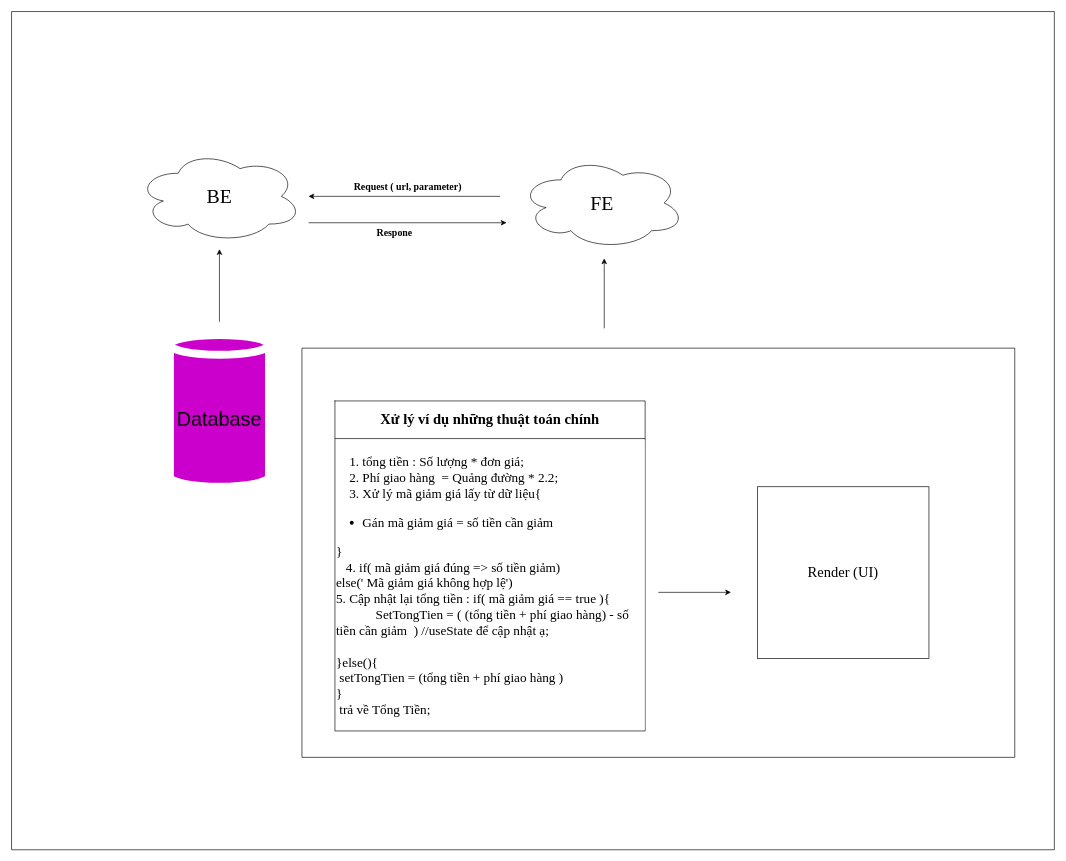
This is Biểu đồ không có tiêu đề.drawio from alesxanderadam/exercise-patitek, a draw.io file, before an edit. Source tidied: cells renumbered, new cells numbered last; positions are measured from the earlier drawing's top-left corner, leaving out a move shared by most shapes. Both pictures are drawn from the tidied source at 66%, with x=0, y=0 at pixel (11, 11).
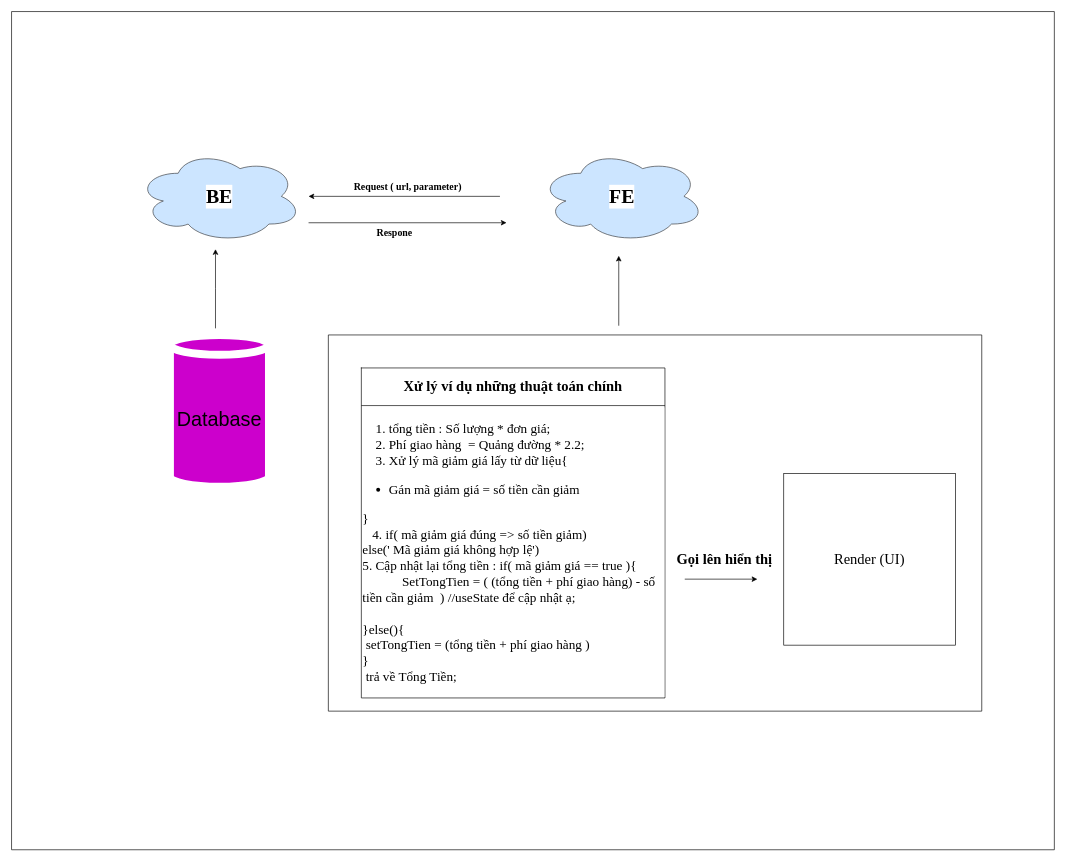
After the change.

Commit message:
Cập nhật Biểu đồ không có tiêu đề 3.drawio

Unchanged cells that the change refers to:
```xml
<mxCell id="2" style="swimlane;startSize=0;gradientColor=default;fillColor=none;fontColor=default;labelBorderColor=none;" parent="1" vertex="1">
  <mxGeometry width="1580" height="1270" as="geometry" />
</mxCell>
```

Change to the diagram source:
```diff
@@
     <mxCell id="4" style="endArrow=classic;html=1;rounded=0;fontSize=30;fontColor=default;verticalAlign=top;" parent="2" edge="1">
       <mxGeometry relative="1" as="geometry">
-        <mxPoint x="315" y="470" as="sourcePoint" />
-        <mxPoint x="315" y="360" as="targetPoint" />
+        <mxPoint x="309" y="480" as="sourcePoint" />
+        <mxPoint x="309" y="360" as="targetPoint" />
+        <Array as="points">
+          <mxPoint x="309" y="420" />
+        </Array>
       </mxGeometry>
     </mxCell>
     <mxCell id="5" style="swimlane;startSize=0;labelBackgroundColor=none;strokeColor=default;strokeWidth=1;fontSize=30;fontColor=default;fillColor=#CC00CC;gradientColor=default;" parent="2" vertex="1">
-      <mxGeometry x="440" y="510" width="1080" height="620" as="geometry" />
+      <mxGeometry x="480" y="490" width="990" height="570" as="geometry" />
     </mxCell>
     <mxCell id="6" style="shape=table;startSize=0;childLayout=tableLayout;labelBackgroundColor=default;labelBorderColor=none;strokeColor=default;strokeWidth=1;fontFamily=Times New Roman;fontSize=15;fontColor=default;fillColor=none;gradientColor=default;" parent="5" vertex="1">
-      <mxGeometry x="50" y="80" width="470" height="500" as="geometry" />
+      <mxGeometry x="50" y="50" width="460" height="500" as="geometry" />
     </mxCell>
     <mxCell id="7" style="shape=tableRow;horizontal=0;startSize=0;swimlaneHead=0;swimlaneBody=0;top=0;left=0;bottom=0;right=0;fillColor=none;labelBackgroundColor=default;labelBorderColor=none;strokeColor=default;strokeWidth=1;fontFamily=Times New Roman;fontSize=15;fontColor=default;" parent="6" vertex="1">
-      <mxGeometry width="470" height="57" as="geometry" />
+      <mxGeometry width="460" height="57" as="geometry" />
     </mxCell>
-    <mxCell id="8" value="&lt;b&gt;&lt;font style=&quot;font-size: 22px;&quot;&gt;Xử lý ví dụ những thuật toán chính&lt;/font&gt;&lt;/b&gt;" style="shape=partialRectangle;html=1;whiteSpace=wrap;overflow=hidden;fillColor=none;top=0;left=0;bottom=0;right=0;labelBackgroundColor=default;labelBorderColor=none;strokeColor=default;strokeWidth=1;fontFamily=Times New Roman;fontSize=15;fontColor=default;" parent="7" vertex="1">
-      <mxGeometry width="470" height="57" as="geometry" />
+    <mxCell id="8" value="&lt;span&gt;&lt;font style=&quot;font-size: 22px;&quot;&gt;Xử lý ví dụ những thuật toán chính&lt;/font&gt;&lt;/span&gt;" style="shape=partialRectangle;html=1;whiteSpace=wrap;overflow=hidden;fillColor=none;top=0;left=0;bottom=0;right=0;labelBackgroundColor=default;labelBorderColor=none;strokeColor=default;strokeWidth=1;fontFamily=Times New Roman;fontSize=15;fontColor=default;fontStyle=1;" parent="7" vertex="1">
+      <mxGeometry width="460" height="57" as="geometry" />
     </mxCell>
     <mxCell id="9" style="shape=tableRow;horizontal=0;startSize=0;swimlaneHead=0;swimlaneBody=0;top=0;left=0;bottom=0;right=0;fillColor=none;labelBackgroundColor=default;labelBorderColor=none;strokeColor=default;strokeWidth=1;fontFamily=Times New Roman;fontSize=15;fontColor=default;" parent="6" vertex="1">
-      <mxGeometry y="57" width="470" height="443" as="geometry" />
+      <mxGeometry y="57" width="460" height="443" as="geometry" />
     </mxCell>
     <mxCell id="10" value="&lt;ol style=&quot;font-size: 20px;&quot;&gt;&lt;li style=&quot;font-size: 20px;&quot;&gt;tổng tiền : Số lượng * đơn giá;&lt;/li&gt;&lt;li style=&quot;font-size: 20px;&quot;&gt;Phí giao hàng&amp;nbsp; = Quảng đường * 2.2;&lt;/li&gt;&lt;li style=&quot;font-size: 20px;&quot;&gt;Xử lý mã giảm giá lấy từ dữ liệu{&lt;/li&gt;&lt;/ol&gt;&lt;ul&gt;&lt;li&gt;Gán mã giảm giá = số tiền cần giảm&amp;nbsp;&lt;/li&gt;&lt;/ul&gt;}&amp;nbsp; &amp;nbsp;&amp;nbsp;&lt;span style=&quot;&quot;&gt; &lt;br&gt;&lt;/span&gt;&amp;nbsp; &amp;nbsp;4. if( mã giảm giá đúng =&amp;gt; số tiền giảm)&amp;nbsp;&lt;br&gt;&lt;span style=&quot;&quot;&gt;&lt;span style=&quot;&quot;&gt; &lt;/span&gt;else(' Mã giảm giá không hợp lệ')&lt;br&gt;   5. Cập nhật lại tổng tiền : if( mã giảm giá == true ){&lt;br&gt;&lt;span style=&quot;white-space: pre;&quot;&gt; &lt;/span&gt;&lt;span style=&quot;&quot;&gt;&amp;nbsp; &amp;nbsp; &amp;nbsp; &amp;nbsp; &amp;nbsp;&amp;nbsp;&lt;span style=&quot;white-space: pre;&quot;&gt; &lt;/span&gt;&lt;/span&gt;&lt;/span&gt;&lt;span style=&quot;&quot;&gt;SetTongTien = ( (tổng tiền + phí giao hàng) - số tiền cần giảm&amp;nbsp; ) //useState để cập nhật ạ;&lt;br&gt;&lt;/span&gt;&lt;span style=&quot;&quot;&gt;&lt;br&gt;}else(){&lt;br&gt;&lt;span style=&quot;white-space: pre;&quot;&gt; &lt;/span&gt;setTongTien = (tổng tiền + phí giao hàng )&lt;br&gt;}&lt;br&gt;&lt;span style=&quot;white-space: pre;&quot;&gt; &lt;/span&gt;trả về Tổng Tiền;&lt;br&gt;&lt;br&gt;&lt;span style=&quot;&quot;&gt;&lt;/span&gt;&lt;span style=&quot;&quot;&gt;&lt;/span&gt;&lt;/span&gt;" style="shape=partialRectangle;html=1;whiteSpace=wrap;overflow=hidden;fillColor=none;top=0;left=0;bottom=0;right=0;labelBackgroundColor=default;labelBorderColor=none;strokeColor=default;strokeWidth=1;fontFamily=Times New Roman;fontSize=20;fontColor=default;align=left;fontStyle=0;" parent="9" vertex="1">
-      <mxGeometry width="470" height="443" as="geometry" />
+      <mxGeometry width="460" height="443" as="geometry" />
     </mxCell>
@@
+    <mxCell id="20" value="Gọi lên hiển thị" style="text;html=1;align=center;verticalAlign=middle;fillColor=none;strokeColor=none;rounded=0;labelBackgroundColor=default;labelBorderColor=none;strokeWidth=1;fontFamily=Times New Roman;fontSize=22;fontColor=default;fontStyle=1;" parent="5" vertex="1">
+      <mxGeometry x="515" y="320" width="170" height="40" as="geometry" />
+    </mxCell>
-    <mxCell id="13" value="&lt;font face=&quot;Times New Roman&quot;&gt;BE&lt;/font&gt;" style="ellipse;shape=cloud;whiteSpace=wrap;html=1;labelBackgroundColor=default;labelBorderColor=none;strokeColor=default;strokeWidth=1;fontSize=30;fontColor=default;fillColor=none;gradientColor=default;" parent="2" vertex="1">
+    <mxCell id="13" value="&lt;font face=&quot;Times New Roman&quot;&gt;BE&lt;/font&gt;" style="ellipse;shape=cloud;whiteSpace=wrap;html=1;labelBackgroundColor=default;labelBorderColor=none;strokeColor=#36393d;strokeWidth=1;fontSize=30;fillColor=#cce5ff;fontStyle=1;" parent="2" vertex="1">
       <mxGeometry x="190" y="210" width="250" height="140" as="geometry" />
     </mxCell>
-    <mxCell id="14" value="&lt;font face=&quot;Times New Roman&quot;&gt;FE&lt;/font&gt;" style="ellipse;shape=cloud;whiteSpace=wrap;html=1;labelBackgroundColor=default;labelBorderColor=none;strokeColor=default;strokeWidth=1;fontSize=30;fontColor=default;fillColor=none;gradientColor=default;" parent="2" vertex="1">
-      <mxGeometry x="770" y="220" width="250" height="140" as="geometry" />
+    <mxCell id="14" value="&lt;font face=&quot;Times New Roman&quot;&gt;FE&lt;/font&gt;" style="ellipse;shape=cloud;whiteSpace=wrap;html=1;labelBackgroundColor=default;labelBorderColor=none;strokeColor=#36393d;strokeWidth=1;fontSize=30;fillColor=#cce5ff;fontStyle=1;" parent="2" vertex="1">
+      <mxGeometry x="800" y="210" width="250" height="140" as="geometry" />
     </mxCell>
     <mxCell id="15" style="endArrow=classic;html=1;rounded=0;fontFamily=Times New Roman;fontSize=30;fontColor=default;" parent="2" edge="1">
       <mxGeometry relative="1" as="geometry">
-        <mxPoint x="898" y="480" as="sourcePoint" />
-        <mxPoint x="898" y="374" as="targetPoint" />
+        <mxPoint x="920" y="476" as="sourcePoint" />
+        <mxPoint x="920" y="370" as="targetPoint" />
       </mxGeometry>
     </mxCell>
```
